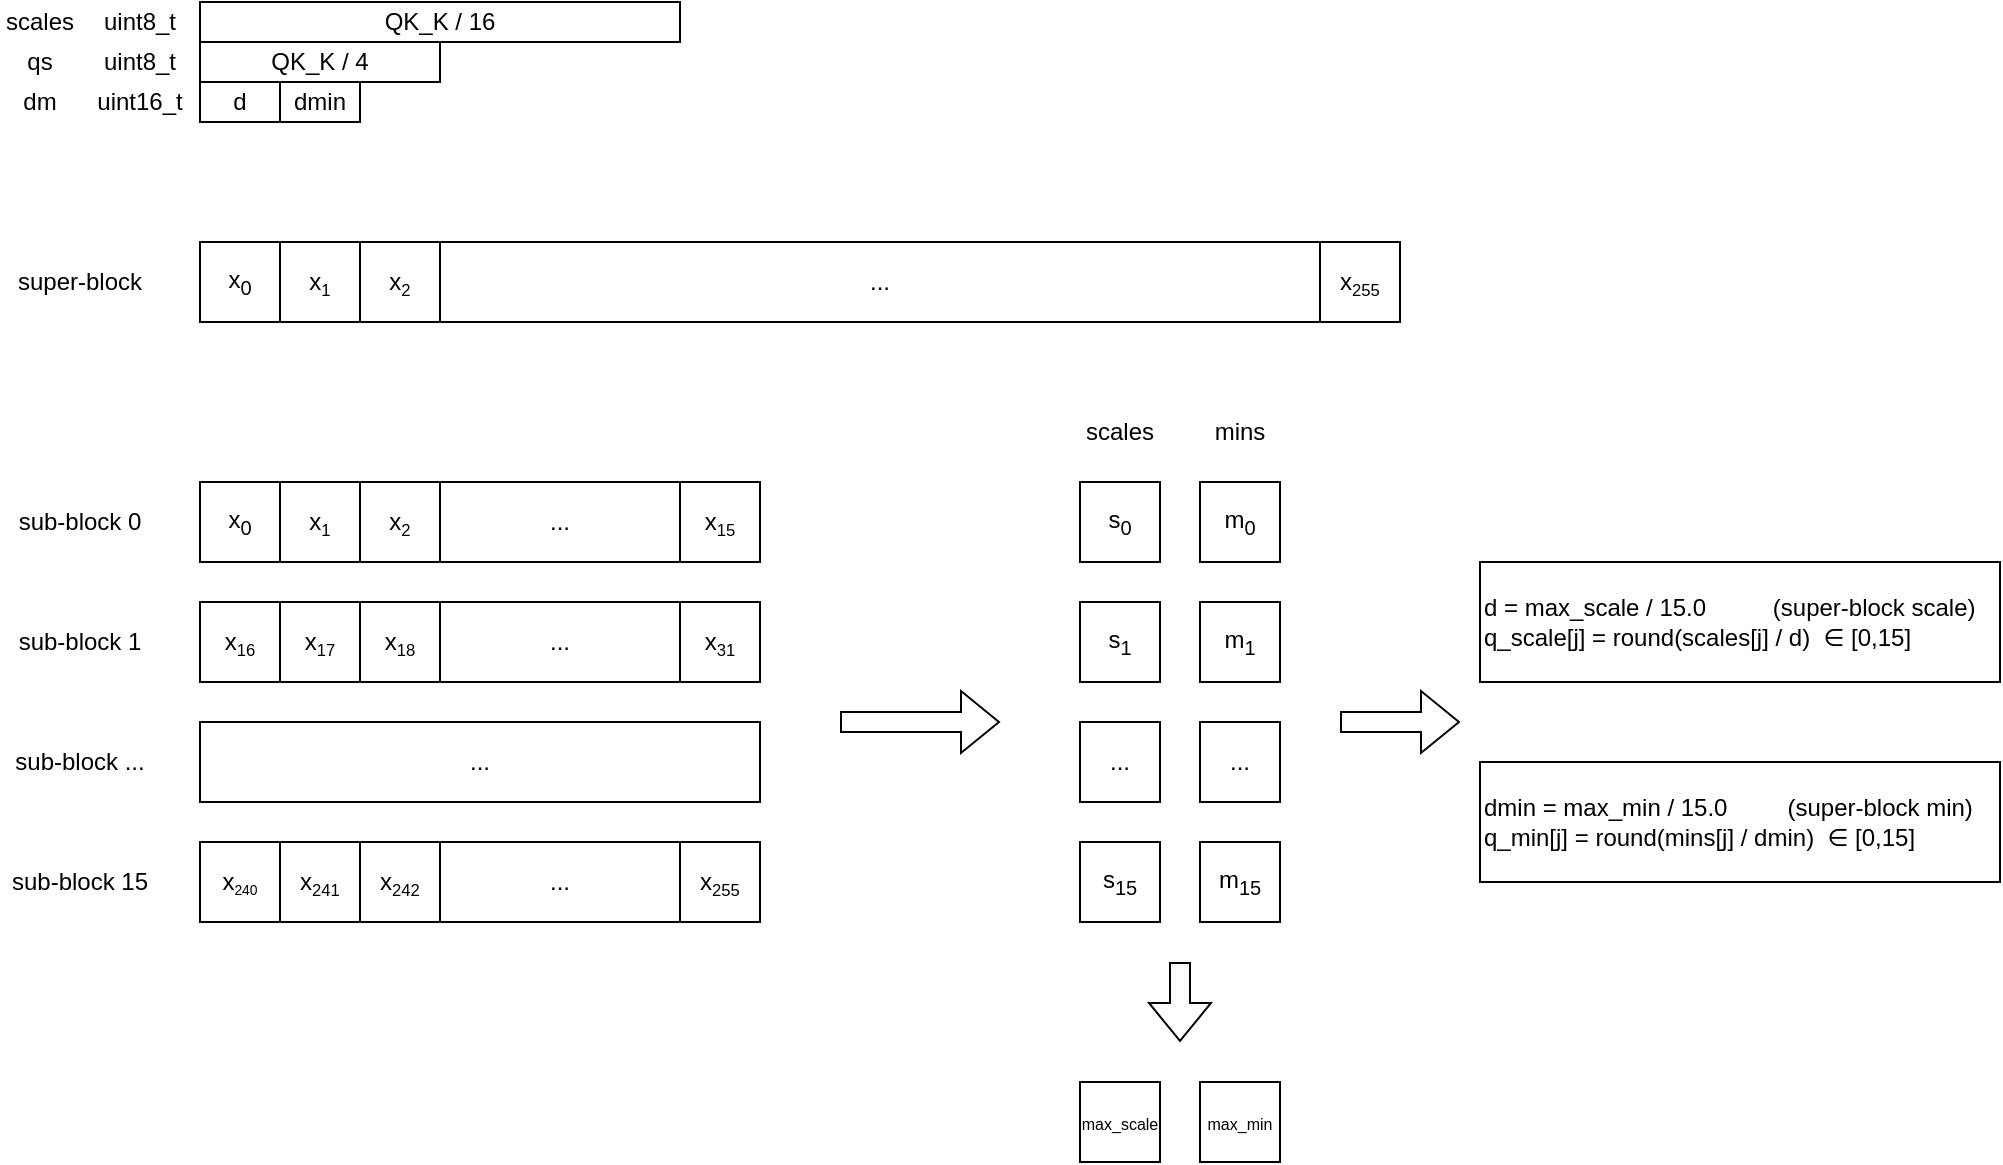
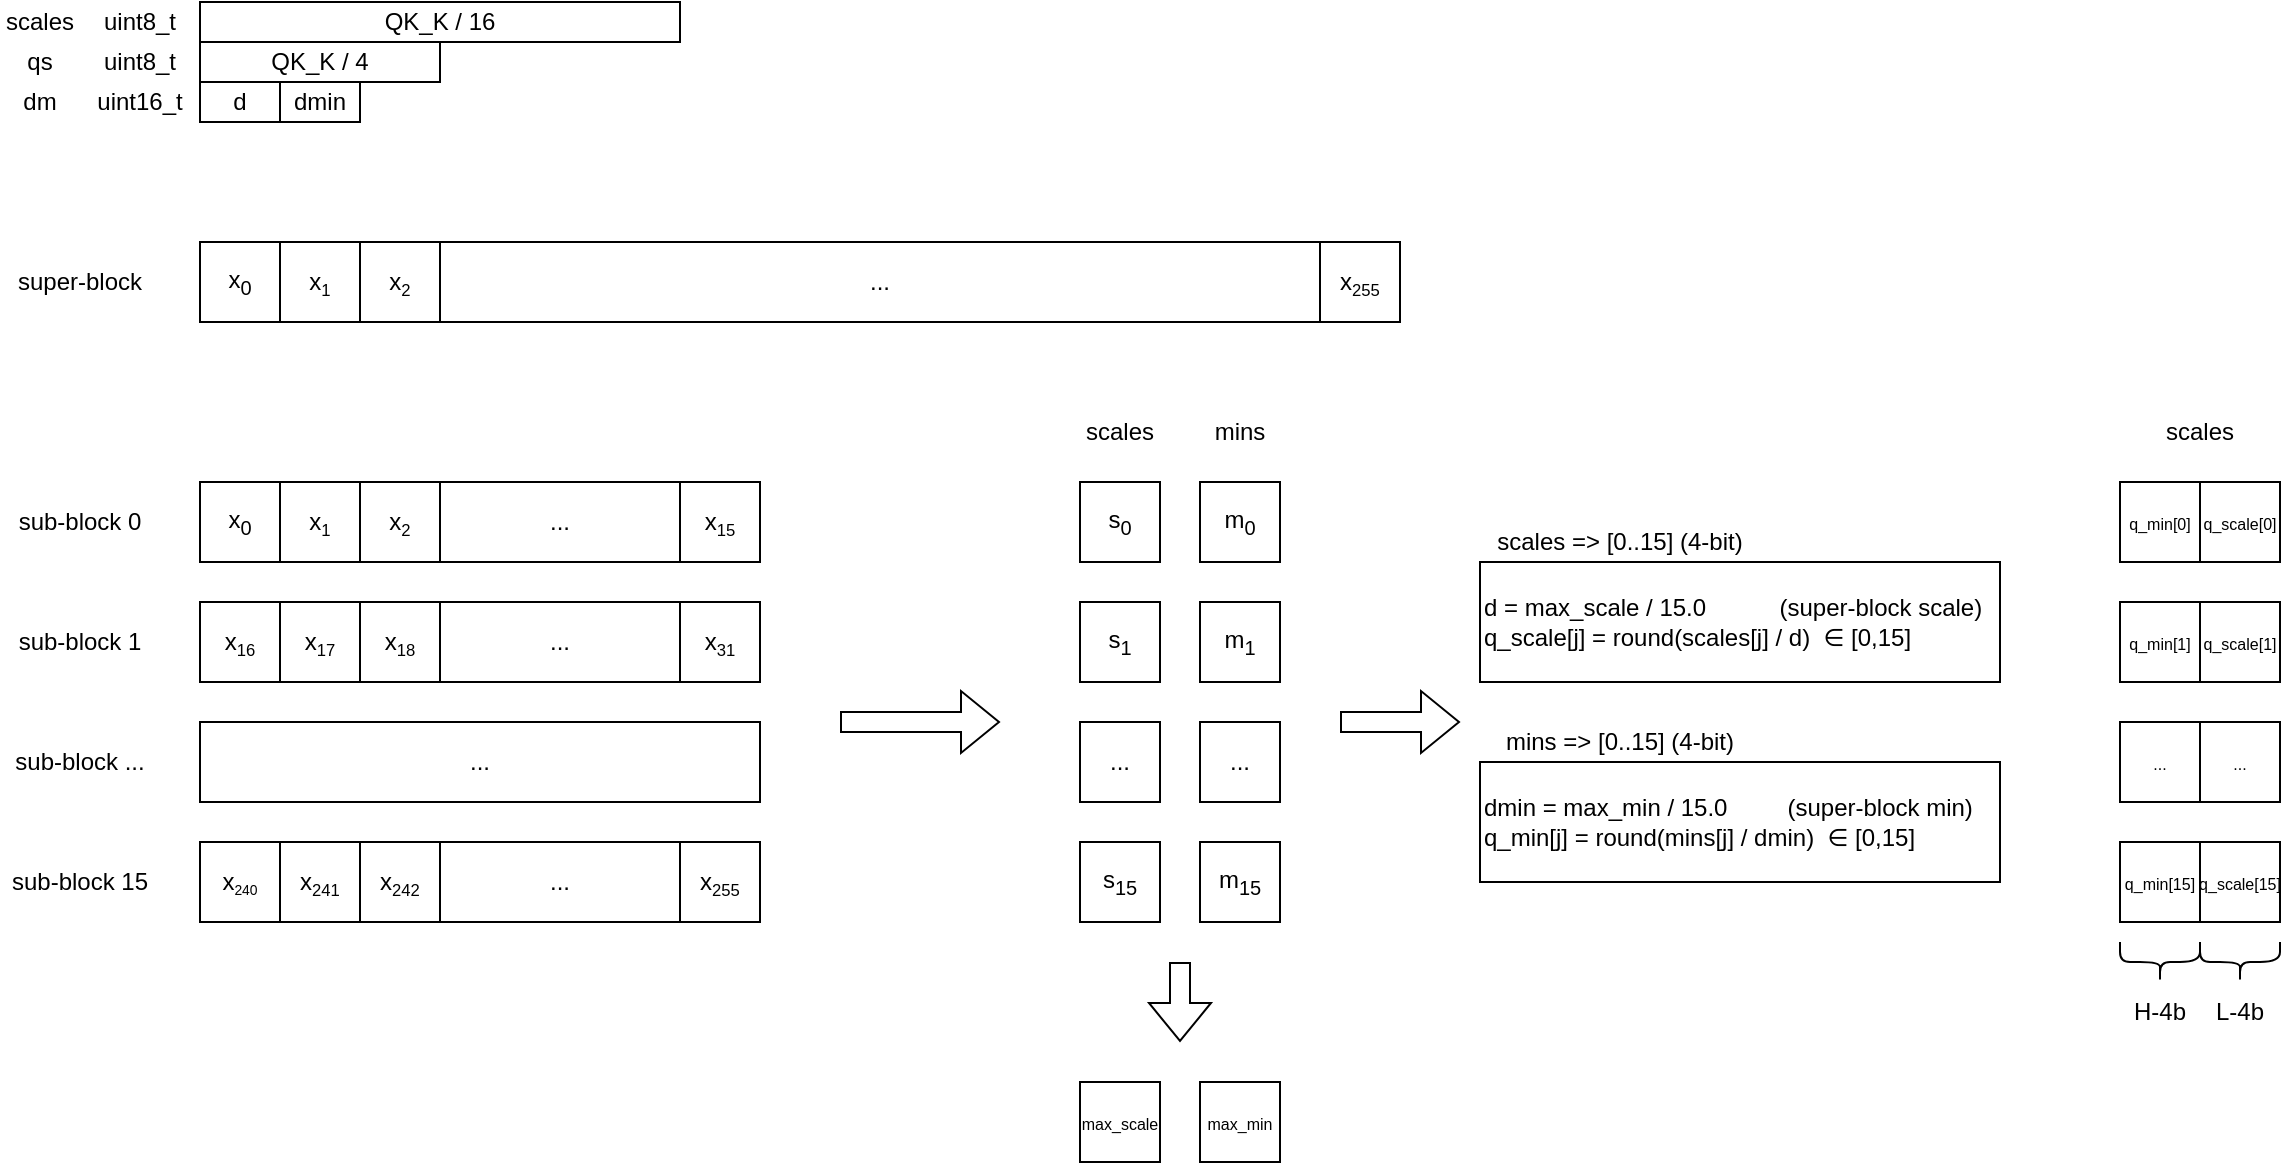
<mxfile host="app.diagrams.net">
  <diagram name="第 1 页" id="Si2-Z7cCXZd2prBrh_IV">
    <mxGraphModel dx="738" dy="1626" grid="1" gridSize="10" guides="1" tooltips="1" connect="1" arrows="1" fold="1" page="1" pageScale="1" pageWidth="827" pageHeight="1169" math="0" shadow="0">
      <root>
        <mxCell id="0" />
        <mxCell id="1" parent="0" />
        <mxCell id="sU8PSUKhDcx1YNUkFXAb-1" parent="1" style="rounded=0;whiteSpace=wrap;html=1;" value="x&lt;sub&gt;0&lt;/sub&gt;" vertex="1">
          <mxGeometry height="40" width="40" x="120" y="40" as="geometry" />
        </mxCell>
        <mxCell id="sU8PSUKhDcx1YNUkFXAb-2" parent="1" style="rounded=0;whiteSpace=wrap;html=1;" value="x&lt;span style=&quot;font-size: 10px;&quot;&gt;&lt;sub&gt;1&lt;/sub&gt;&lt;/span&gt;" vertex="1">
          <mxGeometry height="40" width="40" x="160" y="40" as="geometry" />
        </mxCell>
        <mxCell id="sU8PSUKhDcx1YNUkFXAb-3" parent="1" style="rounded=0;whiteSpace=wrap;html=1;" value="x&lt;span style=&quot;font-size: 10px;&quot;&gt;&lt;sub&gt;2&lt;/sub&gt;&lt;/span&gt;" vertex="1">
          <mxGeometry height="40" width="40" x="200" y="40" as="geometry" />
        </mxCell>
        <mxCell id="sU8PSUKhDcx1YNUkFXAb-4" parent="1" style="rounded=0;whiteSpace=wrap;html=1;" value="..." vertex="1">
          <mxGeometry height="40" width="440" x="240" y="40" as="geometry" />
        </mxCell>
        <mxCell id="sU8PSUKhDcx1YNUkFXAb-5" parent="1" style="rounded=0;whiteSpace=wrap;html=1;" value="x&lt;span style=&quot;font-size: 10px;&quot;&gt;&lt;sub&gt;255&lt;/sub&gt;&lt;/span&gt;" vertex="1">
          <mxGeometry height="40" width="40" x="680" y="40" as="geometry" />
        </mxCell>
        <mxCell id="sU8PSUKhDcx1YNUkFXAb-6" parent="1" style="text;html=1;whiteSpace=wrap;strokeColor=none;fillColor=none;align=center;verticalAlign=middle;rounded=0;" value="super-block" vertex="1">
          <mxGeometry height="40" width="80" x="20" y="40" as="geometry" />
        </mxCell>
        <mxCell id="sU8PSUKhDcx1YNUkFXAb-7" parent="1" style="rounded=0;whiteSpace=wrap;html=1;" value="x&lt;sub&gt;0&lt;/sub&gt;" vertex="1">
          <mxGeometry height="40" width="40" x="120" y="160" as="geometry" />
        </mxCell>
        <mxCell id="sU8PSUKhDcx1YNUkFXAb-8" parent="1" style="rounded=0;whiteSpace=wrap;html=1;" value="x&lt;span style=&quot;font-size: 10px;&quot;&gt;&lt;sub&gt;1&lt;/sub&gt;&lt;/span&gt;" vertex="1">
          <mxGeometry height="40" width="40" x="160" y="160" as="geometry" />
        </mxCell>
        <mxCell id="sU8PSUKhDcx1YNUkFXAb-9" parent="1" style="rounded=0;whiteSpace=wrap;html=1;" value="x&lt;span style=&quot;font-size: 10px;&quot;&gt;&lt;sub&gt;2&lt;/sub&gt;&lt;/span&gt;" vertex="1">
          <mxGeometry height="40" width="40" x="200" y="160" as="geometry" />
        </mxCell>
        <mxCell id="sU8PSUKhDcx1YNUkFXAb-10" parent="1" style="rounded=0;whiteSpace=wrap;html=1;" value="..." vertex="1">
          <mxGeometry height="40" width="120" x="240" y="160" as="geometry" />
        </mxCell>
        <mxCell id="sU8PSUKhDcx1YNUkFXAb-11" parent="1" style="rounded=0;whiteSpace=wrap;html=1;" value="x&lt;span style=&quot;font-size: 10px;&quot;&gt;&lt;sub&gt;15&lt;/sub&gt;&lt;/span&gt;" vertex="1">
          <mxGeometry height="40" width="40" x="360" y="160" as="geometry" />
        </mxCell>
        <mxCell id="sU8PSUKhDcx1YNUkFXAb-12" parent="1" style="rounded=0;whiteSpace=wrap;html=1;" value="x&lt;span style=&quot;font-size: 10px;&quot;&gt;&lt;sub&gt;16&lt;/sub&gt;&lt;/span&gt;" vertex="1">
          <mxGeometry height="40" width="40" x="120" y="220" as="geometry" />
        </mxCell>
        <mxCell id="sU8PSUKhDcx1YNUkFXAb-13" parent="1" style="rounded=0;whiteSpace=wrap;html=1;" value="x&lt;span style=&quot;font-size: 10px;&quot;&gt;&lt;sub&gt;17&lt;/sub&gt;&lt;/span&gt;" vertex="1">
          <mxGeometry height="40" width="40" x="160" y="220" as="geometry" />
        </mxCell>
        <mxCell id="sU8PSUKhDcx1YNUkFXAb-14" parent="1" style="rounded=0;whiteSpace=wrap;html=1;" value="x&lt;span style=&quot;font-size: 10px;&quot;&gt;&lt;sub&gt;18&lt;/sub&gt;&lt;/span&gt;" vertex="1">
          <mxGeometry height="40" width="40" x="200" y="220" as="geometry" />
        </mxCell>
        <mxCell id="sU8PSUKhDcx1YNUkFXAb-15" parent="1" style="rounded=0;whiteSpace=wrap;html=1;" value="..." vertex="1">
          <mxGeometry height="40" width="120" x="240" y="220" as="geometry" />
        </mxCell>
        <mxCell id="sU8PSUKhDcx1YNUkFXAb-16" parent="1" style="rounded=0;whiteSpace=wrap;html=1;" value="x&lt;span style=&quot;font-size: 10px;&quot;&gt;&lt;sub&gt;31&lt;/sub&gt;&lt;/span&gt;" vertex="1">
          <mxGeometry height="40" width="40" x="360" y="220" as="geometry" />
        </mxCell>
        <mxCell id="sU8PSUKhDcx1YNUkFXAb-17" parent="1" style="rounded=0;whiteSpace=wrap;html=1;" value="..." vertex="1">
          <mxGeometry height="40" width="280" x="120" y="280" as="geometry" />
        </mxCell>
        <mxCell id="sU8PSUKhDcx1YNUkFXAb-18" parent="1" style="rounded=0;whiteSpace=wrap;html=1;" value="x&lt;span style=&quot;font-size: 8.33333px;&quot;&gt;&lt;sub&gt;240&lt;/sub&gt;&lt;/span&gt;" vertex="1">
          <mxGeometry height="40" width="40" x="120" y="340" as="geometry" />
        </mxCell>
        <mxCell id="sU8PSUKhDcx1YNUkFXAb-19" parent="1" style="rounded=0;whiteSpace=wrap;html=1;" value="x&lt;span style=&quot;font-size: 10px;&quot;&gt;&lt;sub&gt;241&lt;/sub&gt;&lt;/span&gt;" vertex="1">
          <mxGeometry height="40" width="40" x="160" y="340" as="geometry" />
        </mxCell>
        <mxCell id="sU8PSUKhDcx1YNUkFXAb-20" parent="1" style="rounded=0;whiteSpace=wrap;html=1;" value="x&lt;span style=&quot;font-size: 10px;&quot;&gt;&lt;sub&gt;242&lt;/sub&gt;&lt;/span&gt;" vertex="1">
          <mxGeometry height="40" width="40" x="200" y="340" as="geometry" />
        </mxCell>
        <mxCell id="sU8PSUKhDcx1YNUkFXAb-21" parent="1" style="rounded=0;whiteSpace=wrap;html=1;" value="..." vertex="1">
          <mxGeometry height="40" width="120" x="240" y="340" as="geometry" />
        </mxCell>
        <mxCell id="sU8PSUKhDcx1YNUkFXAb-22" parent="1" style="rounded=0;whiteSpace=wrap;html=1;" value="x&lt;span style=&quot;font-size: 10px;&quot;&gt;&lt;sub&gt;255&lt;/sub&gt;&lt;/span&gt;" vertex="1">
          <mxGeometry height="40" width="40" x="360" y="340" as="geometry" />
        </mxCell>
        <mxCell id="sU8PSUKhDcx1YNUkFXAb-23" parent="1" style="text;html=1;whiteSpace=wrap;strokeColor=none;fillColor=none;align=center;verticalAlign=middle;rounded=0;" value="sub-block 0" vertex="1">
          <mxGeometry height="40" width="80" x="20" y="160" as="geometry" />
        </mxCell>
        <mxCell id="sU8PSUKhDcx1YNUkFXAb-24" parent="1" style="text;html=1;whiteSpace=wrap;strokeColor=none;fillColor=none;align=center;verticalAlign=middle;rounded=0;" value="sub-block 1" vertex="1">
          <mxGeometry height="40" width="80" x="20" y="220" as="geometry" />
        </mxCell>
        <mxCell id="sU8PSUKhDcx1YNUkFXAb-25" parent="1" style="text;html=1;whiteSpace=wrap;strokeColor=none;fillColor=none;align=center;verticalAlign=middle;rounded=0;" value="sub-block 15" vertex="1">
          <mxGeometry height="40" width="80" x="20" y="340" as="geometry" />
        </mxCell>
        <mxCell id="sU8PSUKhDcx1YNUkFXAb-26" parent="1" style="text;html=1;whiteSpace=wrap;strokeColor=none;fillColor=none;align=center;verticalAlign=middle;rounded=0;" value="sub-block ..." vertex="1">
          <mxGeometry height="40" width="80" x="20" y="280" as="geometry" />
        </mxCell>
        <mxCell id="sU8PSUKhDcx1YNUkFXAb-27" parent="1" style="rounded=0;whiteSpace=wrap;html=1;" value="QK_K / 16" vertex="1">
          <mxGeometry height="20" width="240" x="120" y="-80" as="geometry" />
        </mxCell>
        <mxCell id="sU8PSUKhDcx1YNUkFXAb-28" parent="1" style="rounded=0;whiteSpace=wrap;html=1;" value="QK_K / 4" vertex="1">
          <mxGeometry height="20" width="120" x="120" y="-60" as="geometry" />
        </mxCell>
        <mxCell id="sU8PSUKhDcx1YNUkFXAb-29" parent="1" style="rounded=0;whiteSpace=wrap;html=1;" value="d" vertex="1">
          <mxGeometry height="20" width="40" x="120" y="-40" as="geometry" />
        </mxCell>
        <mxCell id="sU8PSUKhDcx1YNUkFXAb-30" parent="1" style="rounded=0;whiteSpace=wrap;html=1;" value="dmin" vertex="1">
          <mxGeometry height="20" width="40" x="160" y="-40" as="geometry" />
        </mxCell>
        <mxCell id="sU8PSUKhDcx1YNUkFXAb-32" parent="1" style="text;html=1;whiteSpace=wrap;strokeColor=none;fillColor=none;align=center;verticalAlign=middle;rounded=0;" value="scales" vertex="1">
          <mxGeometry height="20" width="40" x="20" y="-80" as="geometry" />
        </mxCell>
        <mxCell id="sU8PSUKhDcx1YNUkFXAb-33" parent="1" style="text;html=1;whiteSpace=wrap;strokeColor=none;fillColor=none;align=center;verticalAlign=middle;rounded=0;" value="qs" vertex="1">
          <mxGeometry height="20" width="40" x="20" y="-60" as="geometry" />
        </mxCell>
        <mxCell id="sU8PSUKhDcx1YNUkFXAb-34" parent="1" style="text;html=1;whiteSpace=wrap;strokeColor=none;fillColor=none;align=center;verticalAlign=middle;rounded=0;" value="dm" vertex="1">
          <mxGeometry height="20" width="40" x="20" y="-40" as="geometry" />
        </mxCell>
        <mxCell id="sU8PSUKhDcx1YNUkFXAb-35" parent="1" style="text;html=1;whiteSpace=wrap;strokeColor=none;fillColor=none;align=center;verticalAlign=middle;rounded=0;" value="uint8_t" vertex="1">
          <mxGeometry height="20" width="60" x="60" y="-80" as="geometry" />
        </mxCell>
        <mxCell id="sU8PSUKhDcx1YNUkFXAb-36" parent="1" style="text;html=1;whiteSpace=wrap;strokeColor=none;fillColor=none;align=center;verticalAlign=middle;rounded=0;" value="uint8_t" vertex="1">
          <mxGeometry height="20" width="60" x="60" y="-60" as="geometry" />
        </mxCell>
        <mxCell id="sU8PSUKhDcx1YNUkFXAb-37" parent="1" style="text;html=1;whiteSpace=wrap;strokeColor=none;fillColor=none;align=center;verticalAlign=middle;rounded=0;" value="uint16_t" vertex="1">
          <mxGeometry height="20" width="60" x="60" y="-40" as="geometry" />
        </mxCell>
        <mxCell id="sU8PSUKhDcx1YNUkFXAb-38" edge="1" parent="1" style="shape=flexArrow;endArrow=classic;html=1;rounded=0;" value="">
          <mxGeometry height="50" relative="1" width="50" as="geometry">
            <mxPoint x="440" y="280" as="sourcePoint" />
            <mxPoint x="520" y="280" as="targetPoint" />
          </mxGeometry>
        </mxCell>
        <mxCell id="sU8PSUKhDcx1YNUkFXAb-39" parent="1" style="rounded=0;whiteSpace=wrap;html=1;" value="s&lt;sub&gt;0&lt;/sub&gt;" vertex="1">
          <mxGeometry height="40" width="40" x="560" y="160" as="geometry" />
        </mxCell>
        <mxCell id="sU8PSUKhDcx1YNUkFXAb-41" parent="1" style="rounded=0;whiteSpace=wrap;html=1;" value="s&lt;sub&gt;1&lt;/sub&gt;" vertex="1">
          <mxGeometry height="40" width="40" x="560" y="220" as="geometry" />
        </mxCell>
        <mxCell id="sU8PSUKhDcx1YNUkFXAb-42" parent="1" style="rounded=0;whiteSpace=wrap;html=1;" value="..." vertex="1">
          <mxGeometry height="40" width="40" x="560" y="280" as="geometry" />
        </mxCell>
        <mxCell id="sU8PSUKhDcx1YNUkFXAb-43" parent="1" style="rounded=0;whiteSpace=wrap;html=1;" value="s&lt;sub&gt;15&lt;/sub&gt;" vertex="1">
          <mxGeometry height="40" width="40" x="560" y="340" as="geometry" />
        </mxCell>
        <mxCell id="sU8PSUKhDcx1YNUkFXAb-44" parent="1" style="text;html=1;whiteSpace=wrap;strokeColor=none;fillColor=none;align=center;verticalAlign=middle;rounded=0;" value="scales" vertex="1">
          <mxGeometry height="30" width="60" x="550" y="120" as="geometry" />
        </mxCell>
        <mxCell id="sU8PSUKhDcx1YNUkFXAb-46" parent="1" style="rounded=0;whiteSpace=wrap;html=1;" value="m&lt;sub&gt;0&lt;/sub&gt;" vertex="1">
          <mxGeometry height="40" width="40" x="620" y="160" as="geometry" />
        </mxCell>
        <mxCell id="sU8PSUKhDcx1YNUkFXAb-47" parent="1" style="rounded=0;whiteSpace=wrap;html=1;" value="m&lt;sub&gt;1&lt;/sub&gt;" vertex="1">
          <mxGeometry height="40" width="40" x="620" y="220" as="geometry" />
        </mxCell>
        <mxCell id="sU8PSUKhDcx1YNUkFXAb-48" parent="1" style="rounded=0;whiteSpace=wrap;html=1;" value="..." vertex="1">
          <mxGeometry height="40" width="40" x="620" y="280" as="geometry" />
        </mxCell>
        <mxCell id="sU8PSUKhDcx1YNUkFXAb-49" parent="1" style="rounded=0;whiteSpace=wrap;html=1;" value="m&lt;sub&gt;15&lt;/sub&gt;" vertex="1">
          <mxGeometry height="40" width="40" x="620" y="340" as="geometry" />
        </mxCell>
        <mxCell id="sU8PSUKhDcx1YNUkFXAb-50" parent="1" style="text;html=1;whiteSpace=wrap;strokeColor=none;fillColor=none;align=center;verticalAlign=middle;rounded=0;" value="mins" vertex="1">
          <mxGeometry height="30" width="60" x="610" y="120" as="geometry" />
        </mxCell>
        <mxCell id="sU8PSUKhDcx1YNUkFXAb-52" edge="1" parent="1" style="shape=flexArrow;endArrow=classic;html=1;rounded=0;" value="">
          <mxGeometry height="50" relative="1" width="50" as="geometry">
            <mxPoint x="610" y="400" as="sourcePoint" />
            <mxPoint x="610" y="440" as="targetPoint" />
          </mxGeometry>
        </mxCell>
        <mxCell id="sU8PSUKhDcx1YNUkFXAb-53" parent="1" style="rounded=0;whiteSpace=wrap;html=1;" value="&lt;font style=&quot;font-size: 8px;&quot;&gt;max_scale&lt;/font&gt;" vertex="1">
          <mxGeometry height="40" width="40" x="560" y="460" as="geometry" />
        </mxCell>
        <mxCell id="sU8PSUKhDcx1YNUkFXAb-55" parent="1" style="rounded=0;whiteSpace=wrap;html=1;" value="&lt;font style=&quot;font-size: 8px;&quot;&gt;max_min&lt;/font&gt;" vertex="1">
          <mxGeometry height="40" width="40" x="620" y="460" as="geometry" />
        </mxCell>
        <mxCell id="sU8PSUKhDcx1YNUkFXAb-57" edge="1" parent="1" style="shape=flexArrow;endArrow=classic;html=1;rounded=0;" value="">
          <mxGeometry height="50" relative="1" width="50" as="geometry">
            <mxPoint x="690" y="280" as="sourcePoint" />
            <mxPoint x="750" y="280" as="targetPoint" />
          </mxGeometry>
        </mxCell>
-         <mxCell id="sU8PSUKhDcx1YNUkFXAb-58" parent="1" style="whiteSpace=wrap;html=1;align=left;" value="d = max_scale / 15.0&amp;nbsp; &amp;nbsp; &amp;nbsp; &amp;nbsp; &amp;nbsp; (super-block scale)&lt;br&gt;q_scale[j] = round(scales[j] / d)&amp;nbsp; ∈ [0,15]" vertex="1">
+         <mxCell id="sU8PSUKhDcx1YNUkFXAb-58" parent="1" style="whiteSpace=wrap;html=1;align=left;" value="d = max_scale / 15.0&amp;nbsp;&amp;nbsp; &amp;nbsp; &amp;nbsp; &amp;nbsp; &amp;nbsp; (super-block scale)&lt;br&gt;q_scale[j] = round(scales[j] / d)&amp;nbsp; ∈ [0,15]" vertex="1">
          <mxGeometry height="60" width="260" x="760" y="200" as="geometry" />
        </mxCell>
        <mxCell id="sU8PSUKhDcx1YNUkFXAb-59" parent="1" style="whiteSpace=wrap;html=1;align=left;" value="dmin = max_min / 15.0&amp;nbsp; &amp;nbsp; &amp;nbsp; &amp;nbsp; &amp;nbsp;(super-block min)&amp;nbsp;&lt;br&gt;q_min[j] = round(mins[j] / dmin)&amp;nbsp; ∈ [0,15]" vertex="1">
          <mxGeometry height="60" width="260" x="760" y="300" as="geometry" />
+         </mxCell>
+         <mxCell id="sU8PSUKhDcx1YNUkFXAb-61" parent="1" style="text;html=1;whiteSpace=wrap;strokeColor=none;fillColor=none;align=center;verticalAlign=middle;rounded=0;" value="scales =&amp;gt; [0..15] (4-bit)" vertex="1">
+           <mxGeometry height="20" width="140" x="760" y="180" as="geometry" />
+         </mxCell>
+         <mxCell id="sU8PSUKhDcx1YNUkFXAb-62" parent="1" style="text;html=1;whiteSpace=wrap;strokeColor=none;fillColor=none;align=center;verticalAlign=middle;rounded=0;" value="mins =&amp;gt; [0..15] (4-bit)" vertex="1">
+           <mxGeometry height="20" width="140" x="760" y="280" as="geometry" />
+         </mxCell>
+         <mxCell id="sU8PSUKhDcx1YNUkFXAb-63" parent="1" style="whiteSpace=wrap;html=1;" value="&lt;font style=&quot;font-size: 8px;&quot;&gt;q_min[0]&lt;/font&gt;" vertex="1">
+           <mxGeometry height="40" width="40" x="1080" y="160" as="geometry" />
+         </mxCell>
+         <mxCell id="sU8PSUKhDcx1YNUkFXAb-65" parent="1" style="whiteSpace=wrap;html=1;" value="&lt;font style=&quot;font-size: 8px;&quot;&gt;q_scale[0]&lt;/font&gt;" vertex="1">
+           <mxGeometry height="40" width="40" x="1120" y="160" as="geometry" />
+         </mxCell>
+         <mxCell id="sU8PSUKhDcx1YNUkFXAb-71" parent="1" style="text;html=1;whiteSpace=wrap;strokeColor=none;fillColor=none;align=center;verticalAlign=middle;rounded=0;" value="scales" vertex="1">
+           <mxGeometry height="30" width="60" x="1090" y="120" as="geometry" />
+         </mxCell>
+         <mxCell id="sU8PSUKhDcx1YNUkFXAb-72" parent="1" style="whiteSpace=wrap;html=1;" value="&lt;font style=&quot;font-size: 8px;&quot;&gt;q_min[1]&lt;/font&gt;" vertex="1">
+           <mxGeometry height="40" width="40" x="1080" y="220" as="geometry" />
+         </mxCell>
+         <mxCell id="sU8PSUKhDcx1YNUkFXAb-73" parent="1" style="whiteSpace=wrap;html=1;" value="&lt;font style=&quot;font-size: 8px;&quot;&gt;q_scale[1]&lt;/font&gt;" vertex="1">
+           <mxGeometry height="40" width="40" x="1120" y="220" as="geometry" />
+         </mxCell>
+         <mxCell id="sU8PSUKhDcx1YNUkFXAb-74" parent="1" style="whiteSpace=wrap;html=1;" value="&lt;span style=&quot;font-size: 8px;&quot;&gt;...&lt;/span&gt;" vertex="1">
+           <mxGeometry height="40" width="40" x="1080" y="280" as="geometry" />
+         </mxCell>
+         <mxCell id="sU8PSUKhDcx1YNUkFXAb-75" parent="1" style="whiteSpace=wrap;html=1;" value="&lt;font style=&quot;font-size: 8px;&quot;&gt;...&lt;/font&gt;" vertex="1">
+           <mxGeometry height="40" width="40" x="1120" y="280" as="geometry" />
+         </mxCell>
+         <mxCell id="sU8PSUKhDcx1YNUkFXAb-76" parent="1" style="whiteSpace=wrap;html=1;" value="&lt;font style=&quot;font-size: 8px;&quot;&gt;q_min[15]&lt;/font&gt;" vertex="1">
+           <mxGeometry height="40" width="40" x="1080" y="340" as="geometry" />
+         </mxCell>
+         <mxCell id="sU8PSUKhDcx1YNUkFXAb-77" parent="1" style="whiteSpace=wrap;html=1;" value="&lt;font style=&quot;font-size: 8px;&quot;&gt;q_scale[15]&lt;/font&gt;" vertex="1">
+           <mxGeometry height="40" width="40" x="1120" y="340" as="geometry" />
+         </mxCell>
+         <mxCell id="sU8PSUKhDcx1YNUkFXAb-78" parent="1" style="shape=curlyBracket;whiteSpace=wrap;html=1;rounded=1;flipH=1;labelPosition=right;verticalLabelPosition=middle;align=left;verticalAlign=middle;legacyAnchorPoints=0;rotation=90;" value="" vertex="1">
+           <mxGeometry height="40" width="20" x="1090" y="380" as="geometry" />
+         </mxCell>
+         <mxCell id="sU8PSUKhDcx1YNUkFXAb-79" parent="1" style="shape=curlyBracket;whiteSpace=wrap;html=1;rounded=1;flipH=1;labelPosition=right;verticalLabelPosition=middle;align=left;verticalAlign=middle;legacyAnchorPoints=0;rotation=90;" value="" vertex="1">
+           <mxGeometry height="40" width="20" x="1130" y="380" as="geometry" />
+         </mxCell>
+         <mxCell id="sU8PSUKhDcx1YNUkFXAb-80" parent="1" style="text;html=1;whiteSpace=wrap;strokeColor=none;fillColor=none;align=center;verticalAlign=middle;rounded=0;" value="H-4b" vertex="1">
+           <mxGeometry height="30" width="40" x="1080" y="410" as="geometry" />
+         </mxCell>
+         <mxCell id="sU8PSUKhDcx1YNUkFXAb-81" parent="1" style="text;html=1;whiteSpace=wrap;strokeColor=none;fillColor=none;align=center;verticalAlign=middle;rounded=0;" value="L-4b" vertex="1">
+           <mxGeometry height="30" width="40" x="1120" y="410" as="geometry" />
        </mxCell>
      </root>
    </mxGraphModel>
  </diagram>
</mxfile>
